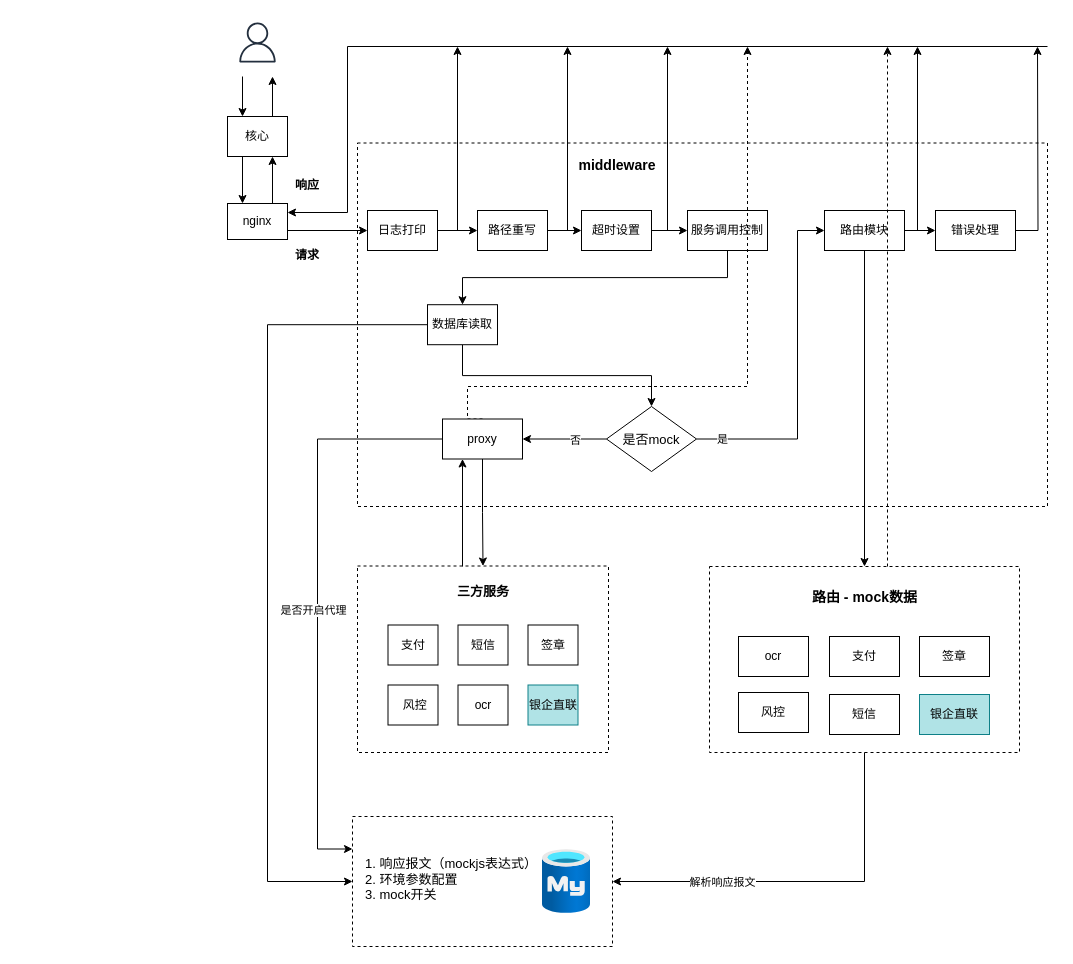
Above: mock-server.drawio in zlv2s/diagram (draw.io), before the change. Source tidied: cells renumbered, new cells numbered last; positions are measured from the earlier drawing's top-left corner, leaving out a move shared by most shapes. Both pictures are drawn from the tidied source at 100%, with x=0, y=0 at pixel (227, 17).
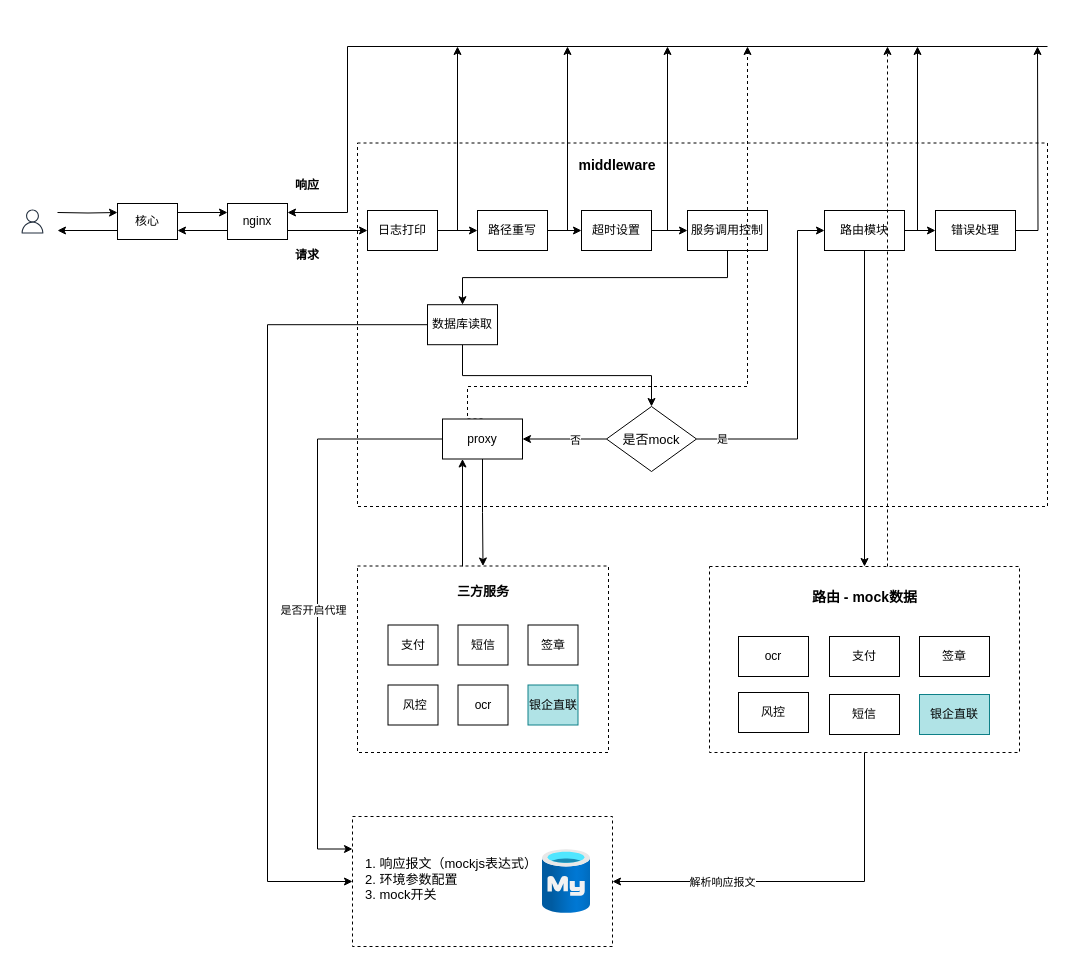
The same page after the edit.

Unchanged cells that the change refers to:
```xml
<mxCell id="59" value="nginx" style="rounded=0;whiteSpace=wrap;html=1;" parent="1" vertex="1">
  <mxGeometry y="186" width="60" height="36" as="geometry" />
</mxCell>
```

Diff of the diagram source:
```diff
@@
-    <mxCell id="58" style="rounded=0;jettySize=auto;html=1;exitX=0.75;exitY=0;exitDx=0;exitDy=0;entryX=0.75;entryY=1;entryDx=0;entryDy=0;" parent="1" edge="1" source="59" target="63">
+    <mxCell id="58" style="edgeStyle=orthogonalEdgeStyle;rounded=0;jettySize=auto;html=1;exitX=0;exitY=0.75;exitDx=0;exitDy=0;entryX=1;entryY=0.75;entryDx=0;entryDy=0;" parent="1" edge="1" source="59" target="63">
       <mxGeometry relative="1" as="geometry" />
     </mxCell>
@@
-    <mxCell id="62" style="edgeStyle=none;rounded=0;jettySize=auto;html=1;exitX=0.25;exitY=1;exitDx=0;exitDy=0;entryX=0.25;entryY=0;entryDx=0;entryDy=0;" parent="1" edge="1" source="63" target="59">
-      <mxGeometry relative="1" as="geometry" />
-    </mxCell>
-    <mxCell id="63" value="核心" style="rounded=0;whiteSpace=wrap;html=1;" parent="1" vertex="1">
-      <mxGeometry y="99" width="60" height="40" as="geometry" />
-    </mxCell>
-    <mxCell id="64" style="endArrow=classic;html=1;rounded=0;" parent="1" edge="1">
-      <mxGeometry relative="1" as="geometry">
-        <mxPoint x="15" y="59" as="sourcePoint" />
-        <mxPoint x="15" y="99" as="targetPoint" />
-      </mxGeometry>
-    </mxCell>
-    <mxCell id="65" style="endArrow=classic;html=1;rounded=0;" parent="1" edge="1">
-      <mxGeometry relative="1" as="geometry">
-        <mxPoint x="45" y="99" as="sourcePoint" />
-        <mxPoint x="45" y="59" as="targetPoint" />
-      </mxGeometry>
-    </mxCell>
+    <mxCell id="71" style="edgeStyle=orthogonalEdgeStyle;rounded=0;jettySize=auto;html=1;entryX=0;entryY=0.25;entryDx=0;entryDy=0;" parent="1" edge="1" target="63">
+      <mxGeometry relative="1" as="geometry">
+        <mxPoint x="-170" y="195" as="sourcePoint" />
+      </mxGeometry>
+    </mxCell>
     <mxCell id="66" style="sketch=0;fontColor=#232F3E;gradientColor=none;strokeColor=#232F3E;fillColor=none;dashed=0;verticalLabelPosition=bottom;verticalAlign=top;align=center;html=1;fontSize=12;fontStyle=0;shape=mxgraph.aws4.resourceIcon;resIcon=mxgraph.aws4.user;" parent="1" vertex="1">
-      <mxGeometry x="5" width="50" height="50" as="geometry" />
+      <mxGeometry x="-210" y="189" width="30" height="30" as="geometry" />
     </mxCell>
@@
+    <mxCell id="62" style="edgeStyle=orthogonalEdgeStyle;rounded=0;jettySize=auto;html=1;exitX=1;exitY=0.25;exitDx=0;exitDy=0;entryX=0;entryY=0.25;entryDx=0;entryDy=0;" parent="1" edge="1" source="63" target="59">
+      <mxGeometry relative="1" as="geometry" />
+    </mxCell>
+    <mxCell id="72" style="edgeStyle=orthogonalEdgeStyle;rounded=0;jettySize=auto;html=1;exitX=0;exitY=0.75;exitDx=0;exitDy=0;" parent="1" edge="1" source="63">
+      <mxGeometry relative="1" as="geometry">
+        <mxPoint x="-170" y="213" as="targetPoint" />
+      </mxGeometry>
+    </mxCell>
+    <mxCell id="63" value="核心" style="rounded=0;whiteSpace=wrap;html=1;" parent="1" vertex="1">
+      <mxGeometry x="-110" y="186" width="60" height="36" as="geometry" />
+    </mxCell>
```
